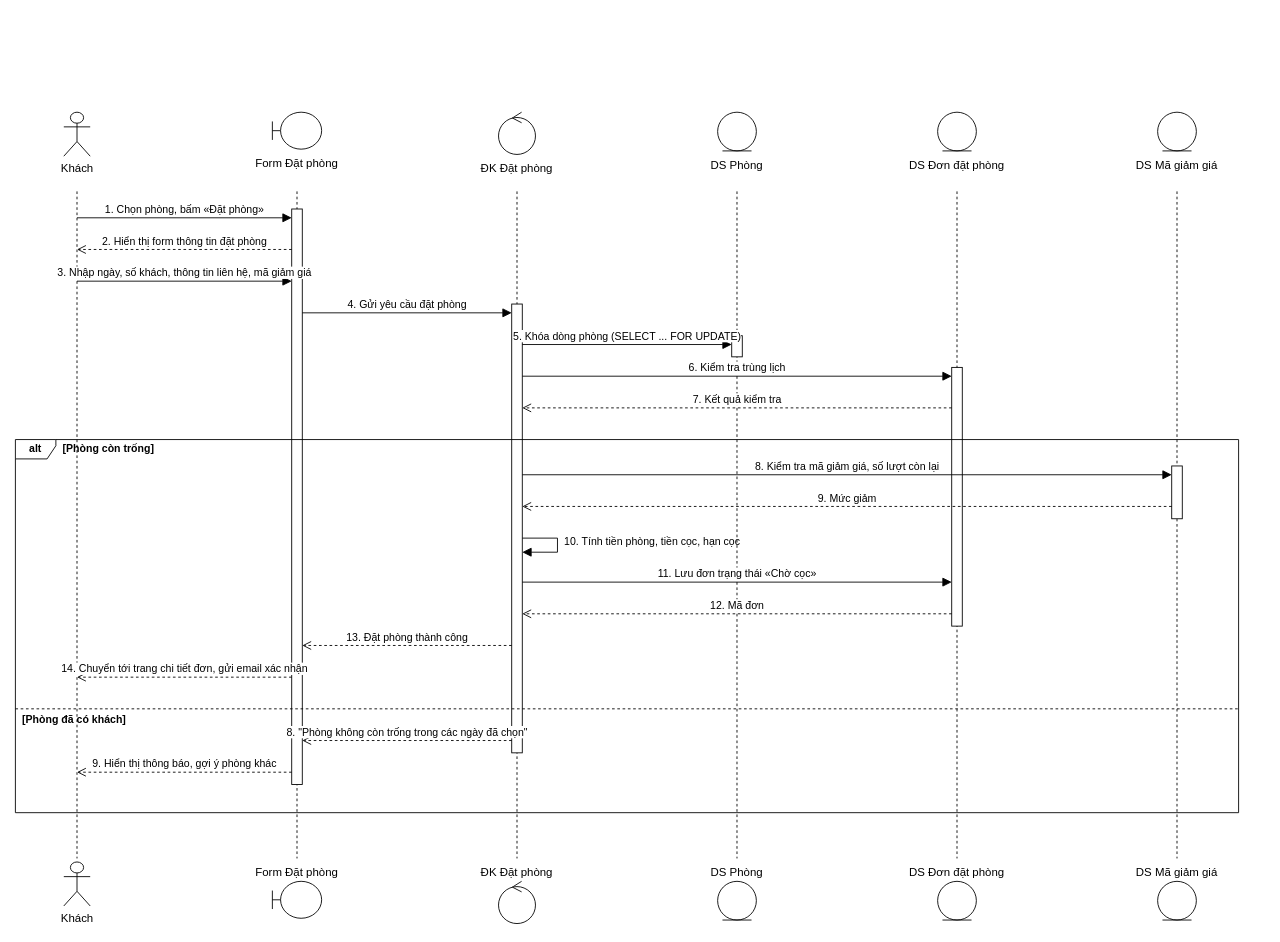
Above: docs/thiet-ke/sq02-dat-phong.drawio in ngynquchn2511/beach-hotel (draw.io), before the change. Source tidied: cells renumbered, new cells numbered last; positions are measured from the earlier drawing's top-left corner, leaving out a move shared by most shapes. Both pictures are drawn from the tidied source at 88%, with x=0, y=0 at pixel (15, 112).
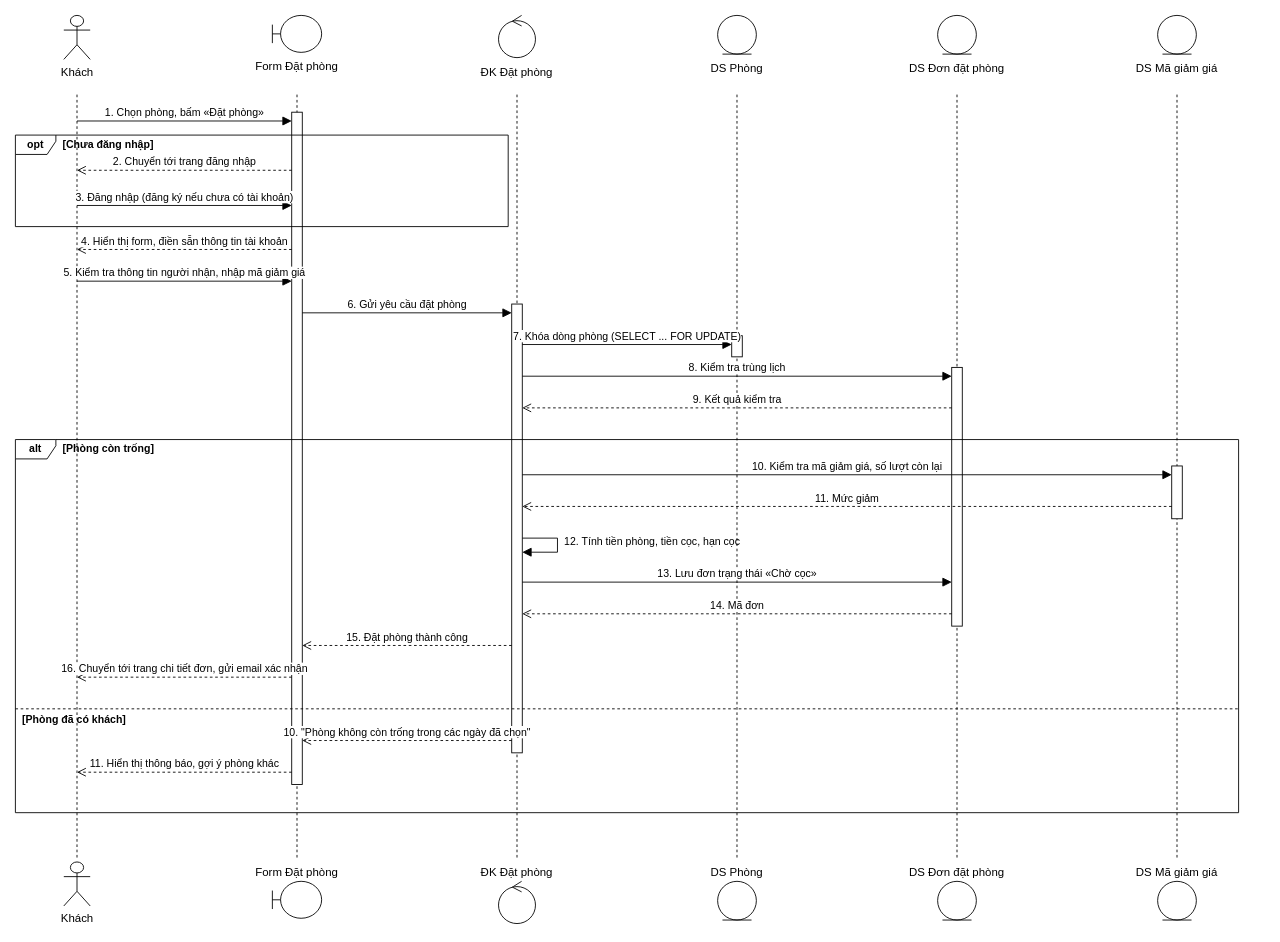
After the change.

The edit, as a diff of the source:
```diff
@@
     <mxCell id="2" value="Khách" style="fontFamily=Arial;fontColor=#000000;shape=umlActor;verticalLabelPosition=bottom;verticalAlign=top;html=1;fillColor=#FFFFFF;strokeColor=#000000;fontSize=13;" parent="1" vertex="1">
-      <mxGeometry x="55" width="30" height="50" as="geometry" />
+      <mxGeometry x="55" y="-110" width="30" height="50" as="geometry" />
     </mxCell>
     <mxCell id="3" style="fontFamily=Arial;fontColor=#000000;endArrow=none;dashed=1;html=1;strokeColor=#000000;" parent="1" edge="1">
       <mxGeometry relative="1" as="geometry">
-        <mxPoint x="70" y="90" as="sourcePoint" />
+        <mxPoint x="70" y="-20" as="sourcePoint" />
         <mxPoint x="70" y="848" as="targetPoint" />
       </mxGeometry>
     </mxCell>
@@
     <mxCell id="5" style="fontFamily=Arial;fontColor=#000000;shape=umlBoundary;whiteSpace=wrap;html=1;fillColor=#FFFFFF;strokeColor=#000000;" parent="1" vertex="1">
-      <mxGeometry x="292" width="56" height="42" as="geometry" />
+      <mxGeometry x="292" y="-110" width="56" height="42" as="geometry" />
     </mxCell>
     <mxCell id="6" value="Form Đặt phòng" style="fontFamily=Arial;fontColor=#000000;text;html=1;align=center;verticalAlign=top;fontSize=13;whiteSpace=wrap;" parent="1" vertex="1">
-      <mxGeometry x="220" y="44" width="200" height="24" as="geometry" />
+      <mxGeometry x="220" y="-66" width="200" height="24" as="geometry" />
     </mxCell>
     <mxCell id="7" style="fontFamily=Arial;fontColor=#000000;endArrow=none;dashed=1;html=1;strokeColor=#000000;" parent="1" edge="1">
       <mxGeometry relative="1" as="geometry">
-        <mxPoint x="320" y="90" as="sourcePoint" />
+        <mxPoint x="320" y="-20" as="sourcePoint" />
         <mxPoint x="320" y="848" as="targetPoint" />
       </mxGeometry>
     </mxCell>
@@
     <mxCell id="10" style="fontFamily=Arial;fontColor=#000000;shape=umlControl;whiteSpace=wrap;html=1;fillColor=#FFFFFF;strokeColor=#000000;" parent="1" vertex="1">
-      <mxGeometry x="549" width="42" height="48" as="geometry" />
+      <mxGeometry x="549" y="-110" width="42" height="48" as="geometry" />
     </mxCell>
     <mxCell id="11" value="ĐK Đặt phòng" style="fontFamily=Arial;fontColor=#000000;text;html=1;align=center;verticalAlign=top;fontSize=13;whiteSpace=wrap;" parent="1" vertex="1">
-      <mxGeometry x="470" y="50" width="200" height="24" as="geometry" />
+      <mxGeometry x="470" y="-60" width="200" height="24" as="geometry" />
     </mxCell>
     <mxCell id="12" style="fontFamily=Arial;fontColor=#000000;endArrow=none;dashed=1;html=1;strokeColor=#000000;" parent="1" edge="1">
       <mxGeometry relative="1" as="geometry">
-        <mxPoint x="570" y="90" as="sourcePoint" />
+        <mxPoint x="570" y="-20" as="sourcePoint" />
         <mxPoint x="570" y="848" as="targetPoint" />
       </mxGeometry>
     </mxCell>
@@
     <mxCell id="15" style="fontFamily=Arial;fontColor=#000000;shape=umlEntity;whiteSpace=wrap;html=1;fillColor=#FFFFFF;strokeColor=#000000;" parent="1" vertex="1">
-      <mxGeometry x="798" width="44" height="44" as="geometry" />
+      <mxGeometry x="798" y="-110" width="44" height="44" as="geometry" />
     </mxCell>
     <mxCell id="16" value="DS Phòng" style="fontFamily=Arial;fontColor=#000000;text;html=1;align=center;verticalAlign=top;fontSize=13;whiteSpace=wrap;" parent="1" vertex="1">
-      <mxGeometry x="720" y="46" width="200" height="24" as="geometry" />
+      <mxGeometry x="720" y="-64" width="200" height="24" as="geometry" />
     </mxCell>
     <mxCell id="17" style="fontFamily=Arial;fontColor=#000000;endArrow=none;dashed=1;html=1;strokeColor=#000000;" parent="1" edge="1">
       <mxGeometry relative="1" as="geometry">
-        <mxPoint x="820" y="90" as="sourcePoint" />
+        <mxPoint x="820" y="-20" as="sourcePoint" />
         <mxPoint x="820" y="848" as="targetPoint" />
       </mxGeometry>
     </mxCell>
@@
     <mxCell id="20" style="fontFamily=Arial;fontColor=#000000;shape=umlEntity;whiteSpace=wrap;html=1;fillColor=#FFFFFF;strokeColor=#000000;" parent="1" vertex="1">
-      <mxGeometry x="1048" width="44" height="44" as="geometry" />
+      <mxGeometry x="1048" y="-110" width="44" height="44" as="geometry" />
     </mxCell>
     <mxCell id="21" value="DS Đơn đặt phòng" style="fontFamily=Arial;fontColor=#000000;text;html=1;align=center;verticalAlign=top;fontSize=13;whiteSpace=wrap;" parent="1" vertex="1">
-      <mxGeometry x="970" y="46" width="200" height="24" as="geometry" />
+      <mxGeometry x="970" y="-64" width="200" height="24" as="geometry" />
     </mxCell>
     <mxCell id="22" style="fontFamily=Arial;fontColor=#000000;endArrow=none;dashed=1;html=1;strokeColor=#000000;" parent="1" edge="1">
       <mxGeometry relative="1" as="geometry">
-        <mxPoint x="1070" y="90" as="sourcePoint" />
+        <mxPoint x="1070" y="-20" as="sourcePoint" />
         <mxPoint x="1070" y="848" as="targetPoint" />
       </mxGeometry>
     </mxCell>
@@
     <mxCell id="25" style="fontFamily=Arial;fontColor=#000000;shape=umlEntity;whiteSpace=wrap;html=1;fillColor=#FFFFFF;strokeColor=#000000;" parent="1" vertex="1">
-      <mxGeometry x="1298" width="44" height="44" as="geometry" />
+      <mxGeometry x="1298" y="-110" width="44" height="44" as="geometry" />
     </mxCell>
     <mxCell id="26" value="DS Mã giảm giá" style="fontFamily=Arial;fontColor=#000000;text;html=1;align=center;verticalAlign=top;fontSize=13;whiteSpace=wrap;" parent="1" vertex="1">
-      <mxGeometry x="1220" y="46" width="200" height="24" as="geometry" />
+      <mxGeometry x="1220" y="-64" width="200" height="24" as="geometry" />
     </mxCell>
     <mxCell id="27" style="fontFamily=Arial;fontColor=#000000;endArrow=none;dashed=1;html=1;strokeColor=#000000;" parent="1" edge="1">
       <mxGeometry relative="1" as="geometry">
-        <mxPoint x="1320" y="90" as="sourcePoint" />
+        <mxPoint x="1320" y="-20" as="sourcePoint" />
         <mxPoint x="1320" y="848" as="targetPoint" />
       </mxGeometry>
     </mxCell>
@@
     <mxCell id="30" style="fontFamily=Arial;fontColor=#000000;rounded=0;html=1;fillColor=#FFFFFF;strokeColor=#000000;" parent="1" vertex="1">
-      <mxGeometry x="314" y="110" width="12" height="654" as="geometry" />
+      <mxGeometry x="314" width="12" height="764" as="geometry" />
     </mxCell>
@@
     <mxCell id="39" value="1. Chọn phòng, bấm «Đặt phòng»" style="fontFamily=Arial;fontColor=#000000;html=1;endArrow=block;endFill=1;endSize=8;strokeColor=#000000;fontSize=12;verticalAlign=bottom;labelBackgroundColor=#FFFFFF;" parent="1" edge="1">
       <mxGeometry relative="1" as="geometry">
-        <mxPoint x="70" y="120" as="sourcePoint" />
-        <mxPoint x="314" y="120" as="targetPoint" />
+        <mxPoint x="70" y="10" as="sourcePoint" />
+        <mxPoint x="314" y="10" as="targetPoint" />
       </mxGeometry>
     </mxCell>
-    <mxCell id="40" value="2. Hiển thị form thông tin đặt phòng" style="fontFamily=Arial;fontColor=#000000;html=1;endArrow=open;endSize=8;dashed=1;strokeColor=#000000;fontSize=12;verticalAlign=bottom;labelBackgroundColor=#FFFFFF;" parent="1" edge="1">
+    <mxCell id="40" value="4. Hiển thị form, điền sẵn thông tin tài khoản" style="fontFamily=Arial;fontColor=#000000;html=1;endArrow=open;endSize=8;dashed=1;strokeColor=#000000;fontSize=12;verticalAlign=bottom;labelBackgroundColor=#FFFFFF;" parent="1" edge="1">
       <mxGeometry relative="1" as="geometry">
         <mxPoint x="314" y="156" as="sourcePoint" />
         <mxPoint x="70" y="156" as="targetPoint" />
       </mxGeometry>
     </mxCell>
-    <mxCell id="41" value="3. Nhập ngày, số khách, thông tin liên hệ, mã giảm giá" style="fontFamily=Arial;fontColor=#000000;html=1;endArrow=block;endFill=1;endSize=8;strokeColor=#000000;fontSize=12;verticalAlign=bottom;labelBackgroundColor=#FFFFFF;" parent="1" edge="1">
+    <mxCell id="41" value="5. Kiểm tra thông tin người nhận, nhập mã giảm giá" style="fontFamily=Arial;fontColor=#000000;html=1;endArrow=block;endFill=1;endSize=8;strokeColor=#000000;fontSize=12;verticalAlign=bottom;labelBackgroundColor=#FFFFFF;" parent="1" edge="1">
       <mxGeometry relative="1" as="geometry">
         <mxPoint x="70" y="192" as="sourcePoint" />
         <mxPoint x="314" y="192" as="targetPoint" />
       </mxGeometry>
     </mxCell>
-    <mxCell id="42" value="4. Gửi yêu cầu đặt phòng" style="fontFamily=Arial;fontColor=#000000;html=1;endArrow=block;endFill=1;endSize=8;strokeColor=#000000;fontSize=12;verticalAlign=bottom;labelBackgroundColor=#FFFFFF;" parent="1" edge="1">
+    <mxCell id="42" value="6. Gửi yêu cầu đặt phòng" style="fontFamily=Arial;fontColor=#000000;html=1;endArrow=block;endFill=1;endSize=8;strokeColor=#000000;fontSize=12;verticalAlign=bottom;labelBackgroundColor=#FFFFFF;" parent="1" edge="1">
       <mxGeometry relative="1" as="geometry">
         <mxPoint x="326" y="228" as="sourcePoint" />
         <mxPoint x="564" y="228" as="targetPoint" />
       </mxGeometry>
     </mxCell>
-    <mxCell id="43" value="5. Khóa dòng phòng (SELECT ... FOR UPDATE)" style="fontFamily=Arial;fontColor=#000000;html=1;endArrow=block;endFill=1;endSize=8;strokeColor=#000000;fontSize=12;verticalAlign=bottom;labelBackgroundColor=#FFFFFF;" parent="1" edge="1">
+    <mxCell id="43" value="7. Khóa dòng phòng (SELECT ... FOR UPDATE)" style="fontFamily=Arial;fontColor=#000000;html=1;endArrow=block;endFill=1;endSize=8;strokeColor=#000000;fontSize=12;verticalAlign=bottom;labelBackgroundColor=#FFFFFF;" parent="1" edge="1">
       <mxGeometry relative="1" as="geometry">
         <mxPoint x="576" y="264" as="sourcePoint" />
         <mxPoint x="814" y="264" as="targetPoint" />
       </mxGeometry>
     </mxCell>
-    <mxCell id="44" value="6. Kiểm tra trùng lịch" style="fontFamily=Arial;fontColor=#000000;html=1;endArrow=block;endFill=1;endSize=8;strokeColor=#000000;fontSize=12;verticalAlign=bottom;labelBackgroundColor=#FFFFFF;" parent="1" edge="1">
+    <mxCell id="44" value="8. Kiểm tra trùng lịch" style="fontFamily=Arial;fontColor=#000000;html=1;endArrow=block;endFill=1;endSize=8;strokeColor=#000000;fontSize=12;verticalAlign=bottom;labelBackgroundColor=#FFFFFF;" parent="1" edge="1">
       <mxGeometry relative="1" as="geometry">
         <mxPoint x="576" y="300" as="sourcePoint" />
         <mxPoint x="1064" y="300" as="targetPoint" />
       </mxGeometry>
     </mxCell>
-    <mxCell id="45" value="7. Kết quả kiểm tra" style="fontFamily=Arial;fontColor=#000000;html=1;endArrow=open;endSize=8;dashed=1;strokeColor=#000000;fontSize=12;verticalAlign=bottom;labelBackgroundColor=#FFFFFF;" parent="1" edge="1">
+    <mxCell id="45" value="9. Kết quả kiểm tra" style="fontFamily=Arial;fontColor=#000000;html=1;endArrow=open;endSize=8;dashed=1;strokeColor=#000000;fontSize=12;verticalAlign=bottom;labelBackgroundColor=#FFFFFF;" parent="1" edge="1">
       <mxGeometry relative="1" as="geometry">
         <mxPoint x="1064" y="336" as="sourcePoint" />
         <mxPoint x="576" y="336" as="targetPoint" />
       </mxGeometry>
     </mxCell>
-    <mxCell id="46" value="8. Kiểm tra mã giảm giá, số lượt còn lại" style="fontFamily=Arial;fontColor=#000000;html=1;endArrow=block;endFill=1;endSize=8;strokeColor=#000000;fontSize=12;verticalAlign=bottom;labelBackgroundColor=#FFFFFF;" parent="1" edge="1">
+    <mxCell id="46" value="10. Kiểm tra mã giảm giá, số lượt còn lại" style="fontFamily=Arial;fontColor=#000000;html=1;endArrow=block;endFill=1;endSize=8;strokeColor=#000000;fontSize=12;verticalAlign=bottom;labelBackgroundColor=#FFFFFF;" parent="1" edge="1">
       <mxGeometry relative="1" as="geometry">
         <mxPoint x="576" y="412" as="sourcePoint" />
         <mxPoint x="1314" y="412" as="targetPoint" />
       </mxGeometry>
     </mxCell>
-    <mxCell id="47" value="9. Mức giảm" style="fontFamily=Arial;fontColor=#000000;html=1;endArrow=open;endSize=8;dashed=1;strokeColor=#000000;fontSize=12;verticalAlign=bottom;labelBackgroundColor=#FFFFFF;" parent="1" edge="1">
+    <mxCell id="47" value="11. Mức giảm" style="fontFamily=Arial;fontColor=#000000;html=1;endArrow=open;endSize=8;dashed=1;strokeColor=#000000;fontSize=12;verticalAlign=bottom;labelBackgroundColor=#FFFFFF;" parent="1" edge="1">
       <mxGeometry relative="1" as="geometry">
         <mxPoint x="1314" y="448" as="sourcePoint" />
         <mxPoint x="576" y="448" as="targetPoint" />
       </mxGeometry>
     </mxCell>
@@
-    <mxCell id="49" value="10. Tính tiền phòng, tiền cọc, hạn cọc" style="fontFamily=Arial;fontColor=#000000;text;html=1;align=left;verticalAlign=middle;fontSize=12;" parent="1" vertex="1">
+    <mxCell id="49" value="12. Tính tiền phòng, tiền cọc, hạn cọc" style="fontFamily=Arial;fontColor=#000000;text;html=1;align=left;verticalAlign=middle;fontSize=12;" parent="1" vertex="1">
       <mxGeometry x="622" y="476" width="260" height="24" as="geometry" />
     </mxCell>
-    <mxCell id="50" value="11. Lưu đơn trạng thái «Chờ cọc»" style="fontFamily=Arial;fontColor=#000000;html=1;endArrow=block;endFill=1;endSize=8;strokeColor=#000000;fontSize=12;verticalAlign=bottom;labelBackgroundColor=#FFFFFF;" parent="1" edge="1">
+    <mxCell id="50" value="13. Lưu đơn trạng thái «Chờ cọc»" style="fontFamily=Arial;fontColor=#000000;html=1;endArrow=block;endFill=1;endSize=8;strokeColor=#000000;fontSize=12;verticalAlign=bottom;labelBackgroundColor=#FFFFFF;" parent="1" edge="1">
       <mxGeometry relative="1" as="geometry">
         <mxPoint x="576" y="534" as="sourcePoint" />
         <mxPoint x="1064" y="534" as="targetPoint" />
       </mxGeometry>
     </mxCell>
-    <mxCell id="51" value="12. Mã đơn" style="fontFamily=Arial;fontColor=#000000;html=1;endArrow=open;endSize=8;dashed=1;strokeColor=#000000;fontSize=12;verticalAlign=bottom;labelBackgroundColor=#FFFFFF;" parent="1" edge="1">
+    <mxCell id="51" value="14. Mã đơn" style="fontFamily=Arial;fontColor=#000000;html=1;endArrow=open;endSize=8;dashed=1;strokeColor=#000000;fontSize=12;verticalAlign=bottom;labelBackgroundColor=#FFFFFF;" parent="1" edge="1">
       <mxGeometry relative="1" as="geometry">
         <mxPoint x="1064" y="570" as="sourcePoint" />
         <mxPoint x="576" y="570" as="targetPoint" />
       </mxGeometry>
     </mxCell>
-    <mxCell id="52" value="13. Đặt phòng thành công" style="fontFamily=Arial;fontColor=#000000;html=1;endArrow=open;endSize=8;dashed=1;strokeColor=#000000;fontSize=12;verticalAlign=bottom;labelBackgroundColor=#FFFFFF;" parent="1" edge="1">
+    <mxCell id="52" value="15. Đặt phòng thành công" style="fontFamily=Arial;fontColor=#000000;html=1;endArrow=open;endSize=8;dashed=1;strokeColor=#000000;fontSize=12;verticalAlign=bottom;labelBackgroundColor=#FFFFFF;" parent="1" edge="1">
       <mxGeometry relative="1" as="geometry">
         <mxPoint x="564" y="606" as="sourcePoint" />
         <mxPoint x="326" y="606" as="targetPoint" />
       </mxGeometry>
     </mxCell>
-    <mxCell id="53" value="14. Chuyển tới trang chi tiết đơn, gửi email xác nhận" style="fontFamily=Arial;fontColor=#000000;html=1;endArrow=open;endSize=8;dashed=1;strokeColor=#000000;fontSize=12;verticalAlign=bottom;labelBackgroundColor=#FFFFFF;" parent="1" edge="1">
+    <mxCell id="53" value="16. Chuyển tới trang chi tiết đơn, gửi email xác nhận" style="fontFamily=Arial;fontColor=#000000;html=1;endArrow=open;endSize=8;dashed=1;strokeColor=#000000;fontSize=12;verticalAlign=bottom;labelBackgroundColor=#FFFFFF;" parent="1" edge="1">
       <mxGeometry relative="1" as="geometry">
         <mxPoint x="314" y="642" as="sourcePoint" />
         <mxPoint x="70" y="642" as="targetPoint" />
       </mxGeometry>
     </mxCell>
-    <mxCell id="54" value="8. &quot;Phòng không còn trống trong các ngày đã chọn&quot;" style="fontFamily=Arial;fontColor=#000000;html=1;endArrow=open;endSize=8;dashed=1;strokeColor=#000000;fontSize=12;verticalAlign=bottom;labelBackgroundColor=#FFFFFF;" parent="1" edge="1">
+    <mxCell id="54" value="10. &quot;Phòng không còn trống trong các ngày đã chọn&quot;" style="fontFamily=Arial;fontColor=#000000;html=1;endArrow=open;endSize=8;dashed=1;strokeColor=#000000;fontSize=12;verticalAlign=bottom;labelBackgroundColor=#FFFFFF;" parent="1" edge="1">
       <mxGeometry relative="1" as="geometry">
         <mxPoint x="564" y="714" as="sourcePoint" />
         <mxPoint x="326" y="714" as="targetPoint" />
       </mxGeometry>
     </mxCell>
-    <mxCell id="55" value="9. Hiển thị thông báo, gợi ý phòng khác" style="fontFamily=Arial;fontColor=#000000;html=1;endArrow=open;endSize=8;dashed=1;strokeColor=#000000;fontSize=12;verticalAlign=bottom;labelBackgroundColor=#FFFFFF;" parent="1" edge="1">
+    <mxCell id="55" value="11. Hiển thị thông báo, gợi ý phòng khác" style="fontFamily=Arial;fontColor=#000000;html=1;endArrow=open;endSize=8;dashed=1;strokeColor=#000000;fontSize=12;verticalAlign=bottom;labelBackgroundColor=#FFFFFF;" parent="1" edge="1">
       <mxGeometry relative="1" as="geometry">
         <mxPoint x="314" y="750" as="sourcePoint" />
         <mxPoint x="70" y="750" as="targetPoint" />
       </mxGeometry>
     </mxCell>
+    <mxCell id="56" value="opt" style="fontFamily=Arial;fontColor=#000000;shape=umlFrame;whiteSpace=wrap;html=1;width=46;height=22;fillColor=none;strokeColor=#000000;fontSize=12;fontStyle=1;" parent="1" vertex="1">
+      <mxGeometry y="26" width="560" height="104" as="geometry" />
+    </mxCell>
+    <mxCell id="57" value="[Chưa đăng nhập]" style="fontFamily=Arial;fontColor=#000000;text;html=1;align=left;verticalAlign=middle;fontSize=12;fontStyle=1;" parent="1" vertex="1">
+      <mxGeometry x="52" y="26" width="400" height="22" as="geometry" />
+    </mxCell>
+    <mxCell id="58" value="2. Chuyển tới trang đăng nhập" style="fontFamily=Arial;fontColor=#000000;html=1;endArrow=open;endSize=8;dashed=1;strokeColor=#000000;fontSize=12;verticalAlign=bottom;labelBackgroundColor=#FFFFFF;" parent="1" edge="1">
+      <mxGeometry relative="1" as="geometry">
+        <mxPoint x="314" y="66" as="sourcePoint" />
+        <mxPoint x="70" y="66" as="targetPoint" />
+      </mxGeometry>
+    </mxCell>
+    <mxCell id="59" value="3. Đăng nhập (đăng ký nếu chưa có tài khoản)" style="fontFamily=Arial;fontColor=#000000;html=1;endArrow=block;endFill=1;endSize=8;strokeColor=#000000;fontSize=12;verticalAlign=bottom;labelBackgroundColor=#FFFFFF;" parent="1" edge="1">
+      <mxGeometry relative="1" as="geometry">
+        <mxPoint x="70" y="106" as="sourcePoint" />
+        <mxPoint x="314" y="106" as="targetPoint" />
+      </mxGeometry>
+    </mxCell>
```
